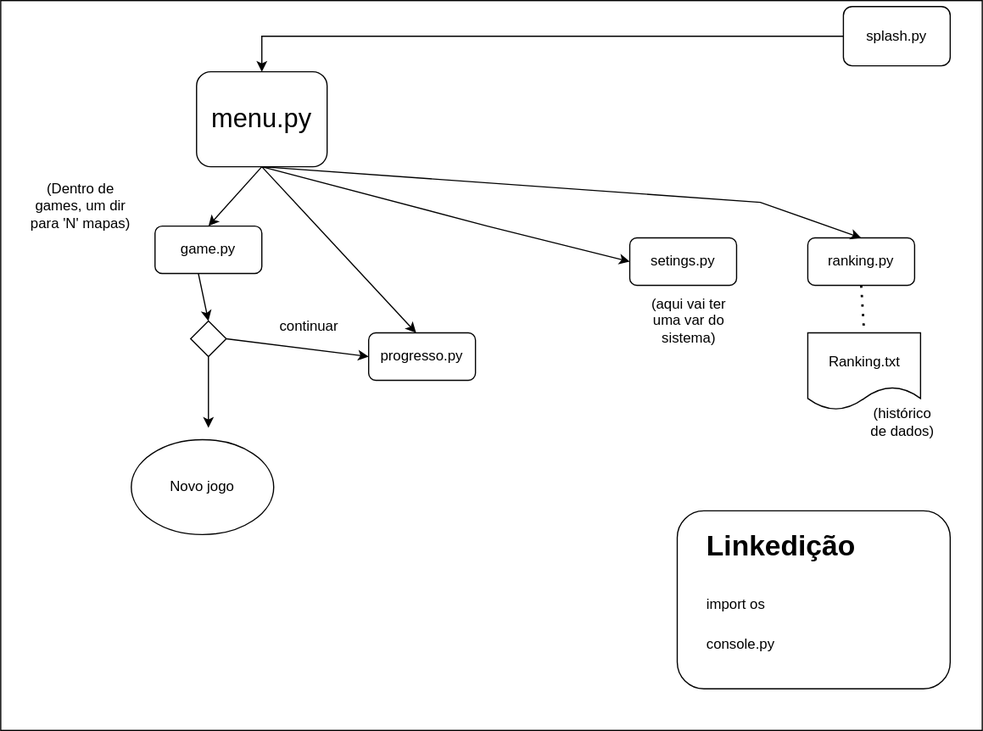
This is planjamento.drawio.svg from JJ-s-Rouguelike/Campanha, a draw.io export, as it was before one commit. Source tidied: cells renumbered, new cells last; positions are measured from the earlier drawing's top-left corner, leaving out a move shared by most shapes.
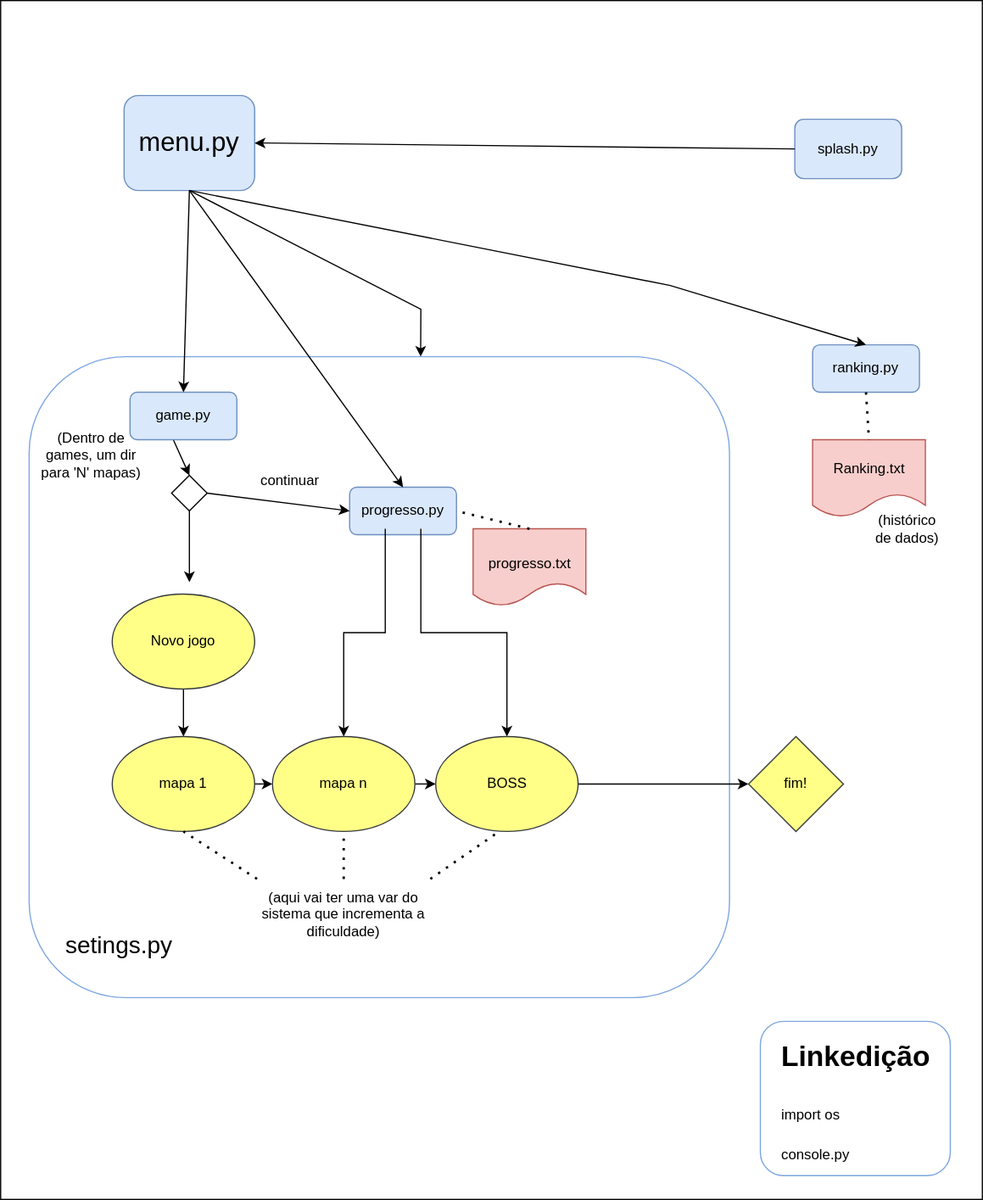
After the change.

Diff of the diagram source:
```diff
@@ -2,121 +2,169 @@
   <root>
     <mxCell id="0" />
     <mxCell id="1" parent="0" />
-    <mxCell id="2" style="rounded=0;whiteSpace=wrap;html=1;" parent="1" vertex="1">
-      <mxGeometry width="827" height="615" as="geometry" />
-    </mxCell>
+    <mxCell id="35" style="rounded=0;whiteSpace=wrap;html=1;" parent="1" vertex="1">
+      <mxGeometry width="827" height="1010" as="geometry" />
+    </mxCell>
-    <mxCell id="3" style="rounded=1;whiteSpace=wrap;html=1;" parent="1" vertex="1">
-      <mxGeometry x="165" y="60" width="110" height="80" as="geometry" />
+    <mxCell id="3" style="rounded=1;whiteSpace=wrap;html=1;fillColor=#dae8fc;strokeColor=#6c8ebf;" parent="1" vertex="1">
+      <mxGeometry x="104" y="80" width="110" height="80" as="geometry" />
     </mxCell>
     <mxCell id="4" value="&lt;font style=&quot;font-size: 22px;&quot;&gt;menu.py&lt;/font&gt;" style="text;html=1;strokeColor=none;fillColor=none;align=center;verticalAlign=middle;whiteSpace=wrap;rounded=0;" parent="1" vertex="1">
-      <mxGeometry x="190" y="85" width="60" height="30" as="geometry" />
+      <mxGeometry x="129" y="105" width="60" height="30" as="geometry" />
     </mxCell>
-    <mxCell id="5" style="rounded=1;whiteSpace=wrap;html=1;" parent="1" vertex="1">
-      <mxGeometry x="710" y="5" width="90" height="50" as="geometry" />
+    <mxCell id="5" style="rounded=1;whiteSpace=wrap;html=1;fillColor=#dae8fc;strokeColor=#6c8ebf;" parent="1" vertex="1">
+      <mxGeometry x="669" y="100" width="90" height="50" as="geometry" />
     </mxCell>
     <mxCell id="6" value="splash.py" style="text;html=1;strokeColor=none;fillColor=none;align=center;verticalAlign=middle;whiteSpace=wrap;rounded=0;" parent="1" vertex="1">
-      <mxGeometry x="725" y="15" width="60" height="30" as="geometry" />
+      <mxGeometry x="684" y="110" width="60" height="30" as="geometry" />
     </mxCell>
-    <mxCell id="7" style="rounded=1;whiteSpace=wrap;html=1;" parent="1" vertex="1">
-      <mxGeometry x="130" y="190" width="90" height="40" as="geometry" />
-    </mxCell>
-    <mxCell id="8" value="game.py" style="text;html=1;strokeColor=none;fillColor=none;align=center;verticalAlign=middle;whiteSpace=wrap;rounded=0;" parent="1" vertex="1">
-      <mxGeometry x="145" y="195" width="60" height="30" as="geometry" />
-    </mxCell>
-    <mxCell id="9" style="rounded=1;whiteSpace=wrap;html=1;" parent="1" vertex="1">
-      <mxGeometry x="680" y="200" width="90" height="40" as="geometry" />
+    <mxCell id="9" style="rounded=1;whiteSpace=wrap;html=1;fillColor=#dae8fc;strokeColor=#6c8ebf;" parent="1" vertex="1">
+      <mxGeometry x="684" y="290" width="90" height="40" as="geometry" />
     </mxCell>
-    <mxCell id="10" style="endArrow=classic;html=1;rounded=0;exitX=0.5;exitY=1;exitDx=0;exitDy=0;entryX=0.5;entryY=0;entryDx=0;entryDy=0;" parent="1" edge="1" source="3" target="7">
-      <mxGeometry relative="1" as="geometry" />
-    </mxCell>
     <mxCell id="11" style="endArrow=classic;html=1;rounded=0;exitX=0.5;exitY=1;exitDx=0;exitDy=0;entryX=0.5;entryY=0;entryDx=0;entryDy=0;" parent="1" edge="1" source="3" target="9">
       <mxGeometry relative="1" as="geometry">
         <Array as="points">
-          <mxPoint x="640" y="170" />
+          <mxPoint x="564" y="240" />
         </Array>
       </mxGeometry>
     </mxCell>
     <mxCell id="12" value="ranking.py" style="text;html=1;strokeColor=none;fillColor=none;align=center;verticalAlign=middle;whiteSpace=wrap;rounded=0;" parent="1" vertex="1">
-      <mxGeometry x="695" y="205" width="60" height="30" as="geometry" />
+      <mxGeometry x="699" y="295" width="60" height="30" as="geometry" />
     </mxCell>
-    <mxCell id="13" style="rounded=1;whiteSpace=wrap;html=1;" parent="1" vertex="1">
-      <mxGeometry x="530" y="200" width="90" height="40" as="geometry" />
+    <mxCell id="13" style="rounded=1;whiteSpace=wrap;html=1;strokeColor=#7EA6E0;" parent="1" vertex="1">
+      <mxGeometry x="24" y="300" width="590" height="540" as="geometry" />
     </mxCell>
-    <mxCell id="14" value="setings.py" style="text;html=1;strokeColor=none;fillColor=none;align=center;verticalAlign=middle;whiteSpace=wrap;rounded=0;" parent="1" vertex="1">
-      <mxGeometry x="545" y="205" width="60" height="30" as="geometry" />
+    <mxCell id="14" value="setings.py" style="text;html=1;strokeColor=none;fillColor=none;align=center;verticalAlign=middle;whiteSpace=wrap;rounded=0;fontSize=20;" parent="1" vertex="1">
+      <mxGeometry x="70" y="780" width="60" height="30" as="geometry" />
     </mxCell>
-    <mxCell id="15" style="endArrow=classic;html=1;rounded=0;exitX=0.5;exitY=1;exitDx=0;exitDy=0;entryX=0;entryY=0.5;entryDx=0;entryDy=0;" parent="1" edge="1" source="3" target="13">
+    <mxCell id="15" style="endArrow=classic;html=1;rounded=0;exitX=0.5;exitY=1;exitDx=0;exitDy=0;entryX=0.559;entryY=0;entryDx=0;entryDy=0;entryPerimeter=0;" parent="1" edge="1" source="3" target="13">
       <mxGeometry relative="1" as="geometry">
         <Array as="points">
-          <mxPoint x="410" y="190" />
+          <mxPoint x="354" y="260" />
         </Array>
       </mxGeometry>
     </mxCell>
-    <mxCell id="16" value="(aqui vai ter uma var do sistema)" style="text;html=1;strokeColor=none;fillColor=none;align=center;verticalAlign=middle;whiteSpace=wrap;rounded=0;" parent="1" vertex="1">
-      <mxGeometry x="535" y="240" width="90" height="60" as="geometry" />
+    <mxCell id="16" value="(aqui vai ter uma var do sistema que incrementa a dificuldade)" style="text;html=1;strokeColor=none;fillColor=none;align=center;verticalAlign=middle;whiteSpace=wrap;rounded=0;" parent="1" vertex="1">
+      <mxGeometry x="216" y="740" width="146" height="60" as="geometry" />
     </mxCell>
     <mxCell id="17" value="(Dentro de games, um dir para 'N' mapas)" style="text;html=1;strokeColor=none;fillColor=none;align=center;verticalAlign=middle;whiteSpace=wrap;rounded=0;" parent="1" vertex="1">
-      <mxGeometry x="20" y="150" width="95" height="45" as="geometry" />
+      <mxGeometry x="29" y="360" width="95" height="45" as="geometry" />
     </mxCell>
-    <mxCell id="18" style="rounded=1;whiteSpace=wrap;html=1;" parent="1" vertex="1">
-      <mxGeometry x="310" y="280" width="90" height="40" as="geometry" />
+    <mxCell id="18" style="rounded=1;whiteSpace=wrap;html=1;fillColor=#dae8fc;strokeColor=#6c8ebf;" parent="1" vertex="1">
+      <mxGeometry x="294" y="410" width="90" height="40" as="geometry" />
     </mxCell>
+    <mxCell id="36" style="edgeStyle=orthogonalEdgeStyle;rounded=0;jettySize=auto;html=1;exitX=0.25;exitY=1;exitDx=0;exitDy=0;entryX=0.5;entryY=0;entryDx=0;entryDy=0;" parent="1" edge="1" source="19" target="45">
+      <mxGeometry relative="1" as="geometry" />
+    </mxCell>
+    <mxCell id="37" style="edgeStyle=orthogonalEdgeStyle;rounded=0;jettySize=auto;html=1;exitX=0.75;exitY=1;exitDx=0;exitDy=0;" parent="1" edge="1" source="19" target="47">
+      <mxGeometry relative="1" as="geometry" />
+    </mxCell>
     <mxCell id="19" value="progresso.py" style="text;html=1;strokeColor=none;fillColor=none;align=center;verticalAlign=middle;whiteSpace=wrap;rounded=0;" parent="1" vertex="1">
-      <mxGeometry x="325" y="285" width="60" height="30" as="geometry" />
+      <mxGeometry x="309" y="415" width="60" height="30" as="geometry" />
     </mxCell>
-    <mxCell id="20" style="endArrow=classic;html=1;rounded=0;" parent="1" edge="1">
-      <mxGeometry relative="1" as="geometry">
-        <mxPoint x="220" y="140" as="sourcePoint" />
-        <mxPoint x="350" y="280" as="targetPoint" />
-      </mxGeometry>
+    <mxCell id="20" style="endArrow=classic;html=1;rounded=0;entryX=0.5;entryY=0;entryDx=0;entryDy=0;exitX=0.5;exitY=1;exitDx=0;exitDy=0;" parent="1" edge="1" source="3" target="18">
+      <mxGeometry relative="1" as="geometry" />
     </mxCell>
     <mxCell id="21" style="rhombus;whiteSpace=wrap;html=1;" parent="1" vertex="1">
-      <mxGeometry x="160" y="270" width="30" height="30" as="geometry" />
+      <mxGeometry x="144" y="400" width="30" height="30" as="geometry" />
     </mxCell>
     <mxCell id="22" style="endArrow=classic;html=1;rounded=0;exitX=1;exitY=0.5;exitDx=0;exitDy=0;entryX=0;entryY=0.5;entryDx=0;entryDy=0;" parent="1" edge="1" source="21" target="18">
       <mxGeometry relative="1" as="geometry" />
     </mxCell>
     <mxCell id="23" value="continuar" style="text;html=1;strokeColor=none;fillColor=none;align=center;verticalAlign=middle;whiteSpace=wrap;rounded=0;" parent="1" vertex="1">
-      <mxGeometry x="230" y="260" width="60" height="30" as="geometry" />
+      <mxGeometry x="214" y="390" width="60" height="30" as="geometry" />
     </mxCell>
     <mxCell id="24" style="endArrow=classic;html=1;rounded=0;exitX=0.406;exitY=1.002;exitDx=0;exitDy=0;exitPerimeter=0;entryX=0.5;entryY=0;entryDx=0;entryDy=0;" parent="1" edge="1" source="7" target="21">
       <mxGeometry relative="1" as="geometry" />
     </mxCell>
     <mxCell id="25" style="endArrow=classic;html=1;rounded=0;exitX=0.5;exitY=1;exitDx=0;exitDy=0;" parent="1" edge="1" source="21">
       <mxGeometry relative="1" as="geometry">
-        <mxPoint x="175" y="360" as="targetPoint" />
+        <mxPoint x="159" y="490" as="targetPoint" />
       </mxGeometry>
     </mxCell>
-    <mxCell id="26" style="rounded=1;whiteSpace=wrap;html=1;" parent="1" vertex="1">
-      <mxGeometry x="570" y="430" width="230" height="150" as="geometry" />
+    <mxCell id="26" style="rounded=1;whiteSpace=wrap;html=1;strokeColor=#7EA6E0;" parent="1" vertex="1">
+      <mxGeometry x="640" y="860" width="160" height="130" as="geometry" />
     </mxCell>
     <mxCell id="27" value="&lt;h1&gt;&lt;span style=&quot;background-color: initial;&quot;&gt;Linkedição&lt;/span&gt;&lt;/h1&gt;&lt;h1&gt;&lt;span style=&quot;font-size: 12px; font-weight: 400;&quot;&gt;import os&lt;/span&gt;&lt;/h1&gt;&lt;div&gt;&lt;span style=&quot;font-size: 12px; font-weight: 400;&quot;&gt;console.py&lt;/span&gt;&lt;/div&gt;" style="text;html=1;strokeColor=none;fillColor=none;spacing=5;spacingTop=-20;whiteSpace=wrap;overflow=hidden;rounded=0;" parent="1" vertex="1">
-      <mxGeometry x="590" y="440" width="190" height="120" as="geometry" />
+      <mxGeometry x="652.5" y="870" width="135" height="110" as="geometry" />
     </mxCell>
-    <mxCell id="28" style="endArrow=classic;html=1;rounded=0;exitX=0;exitY=0.5;exitDx=0;exitDy=0;entryX=0.5;entryY=0;entryDx=0;entryDy=0;" parent="1" edge="1" source="5" target="3">
+    <mxCell id="28" style="endArrow=classic;html=1;rounded=0;exitX=0;exitY=0.5;exitDx=0;exitDy=0;entryX=1;entryY=0.5;entryDx=0;entryDy=0;" parent="1" edge="1" target="3">
       <mxGeometry relative="1" as="geometry">
+        <mxPoint x="669" y="125" as="sourcePoint" />
         <Array as="points">
-          <mxPoint x="220" y="30" />
+          <mxPoint x="224" y="120" />
         </Array>
       </mxGeometry>
     </mxCell>
-    <mxCell id="29" style="shape=document;whiteSpace=wrap;html=1;boundedLbl=1;" parent="1" vertex="1">
-      <mxGeometry x="680" y="280" width="95" height="65" as="geometry" />
+    <mxCell id="29" style="shape=document;whiteSpace=wrap;html=1;boundedLbl=1;fillColor=#f8cecc;strokeColor=#b85450;" parent="1" vertex="1">
+      <mxGeometry x="684" y="370" width="95" height="65" as="geometry" />
     </mxCell>
     <mxCell id="30" value="Ranking.txt" style="text;html=1;strokeColor=none;fillColor=none;align=center;verticalAlign=middle;whiteSpace=wrap;rounded=0;" parent="1" vertex="1">
-      <mxGeometry x="697.5" y="290" width="60" height="30" as="geometry" />
+      <mxGeometry x="701.5" y="380" width="60" height="30" as="geometry" />
     </mxCell>
     <mxCell id="31" value="(histórico de dados)" style="text;html=1;strokeColor=none;fillColor=none;align=center;verticalAlign=middle;whiteSpace=wrap;rounded=0;" parent="1" vertex="1">
-      <mxGeometry x="730" y="340" width="60" height="30" as="geometry" />
+      <mxGeometry x="734" y="430" width="60" height="30" as="geometry" />
     </mxCell>
     <mxCell id="32" style="endArrow=none;dashed=1;html=1;dashPattern=1 3;strokeWidth=2;rounded=0;entryX=0.5;entryY=0;entryDx=0;entryDy=0;exitX=0.5;exitY=1;exitDx=0;exitDy=0;" parent="1" edge="1" source="9" target="29">
       <mxGeometry relative="1" as="geometry" />
     </mxCell>
+    <mxCell id="38" style="edgeStyle=orthogonalEdgeStyle;rounded=0;jettySize=auto;html=1;exitX=0.5;exitY=1;exitDx=0;exitDy=0;entryX=0.5;entryY=0;entryDx=0;entryDy=0;" parent="1" edge="1" source="33" target="43">
+      <mxGeometry relative="1" as="geometry" />
+    </mxCell>
-    <mxCell id="33" style="ellipse;whiteSpace=wrap;html=1;" parent="1" vertex="1">
-      <mxGeometry x="110" y="370" width="120" height="80" as="geometry" />
+    <mxCell id="33" style="ellipse;whiteSpace=wrap;html=1;fillColor=#ffff88;strokeColor=#36393d;" parent="1" vertex="1">
+      <mxGeometry x="94" y="500" width="120" height="80" as="geometry" />
     </mxCell>
     <mxCell id="34" value="Novo jogo" style="text;html=1;strokeColor=none;fillColor=none;align=center;verticalAlign=middle;whiteSpace=wrap;rounded=0;" parent="1" vertex="1">
-      <mxGeometry x="140" y="395" width="60" height="30" as="geometry" />
+      <mxGeometry x="124" y="525" width="60" height="30" as="geometry" />
     </mxCell>
+    <mxCell id="39" style="shape=document;whiteSpace=wrap;html=1;boundedLbl=1;fillColor=#f8cecc;strokeColor=#b85450;" parent="1" vertex="1">
+      <mxGeometry x="398" y="445" width="95" height="65" as="geometry" />
+    </mxCell>
+    <mxCell id="40" style="endArrow=none;dashed=1;html=1;dashPattern=1 3;strokeWidth=2;rounded=0;exitX=0.5;exitY=0;exitDx=0;exitDy=0;entryX=1;entryY=0.5;entryDx=0;entryDy=0;" parent="1" edge="1" source="39" target="18">
+      <mxGeometry relative="1" as="geometry" />
+    </mxCell>
+    <mxCell id="41" value="progresso.txt" style="text;html=1;strokeColor=none;fillColor=none;align=center;verticalAlign=middle;whiteSpace=wrap;rounded=0;" parent="1" vertex="1">
+      <mxGeometry x="415.5" y="460" width="60" height="30" as="geometry" />
+    </mxCell>
+    <mxCell id="42" style="edgeStyle=orthogonalEdgeStyle;rounded=0;jettySize=auto;html=1;exitX=1;exitY=0.5;exitDx=0;exitDy=0;entryX=0;entryY=0.5;entryDx=0;entryDy=0;" parent="1" edge="1" source="43" target="45">
+      <mxGeometry relative="1" as="geometry" />
+    </mxCell>
+    <mxCell id="43" value="mapa 1" style="ellipse;whiteSpace=wrap;html=1;fillColor=#ffff88;strokeColor=#36393d;" parent="1" vertex="1">
+      <mxGeometry x="94" y="620" width="120" height="80" as="geometry" />
+    </mxCell>
+    <mxCell id="44" style="edgeStyle=orthogonalEdgeStyle;rounded=0;jettySize=auto;html=1;exitX=1;exitY=0.5;exitDx=0;exitDy=0;entryX=0;entryY=0.5;entryDx=0;entryDy=0;" parent="1" edge="1" source="45" target="47">
+      <mxGeometry relative="1" as="geometry" />
+    </mxCell>
+    <mxCell id="45" value="mapa n" style="ellipse;whiteSpace=wrap;html=1;fillColor=#ffff88;strokeColor=#36393d;" parent="1" vertex="1">
+      <mxGeometry x="229" y="620" width="120" height="80" as="geometry" />
+    </mxCell>
+    <mxCell id="46" style="edgeStyle=orthogonalEdgeStyle;rounded=0;jettySize=auto;html=1;exitX=1;exitY=0.5;exitDx=0;exitDy=0;entryX=0;entryY=0.5;entryDx=0;entryDy=0;" parent="1" edge="1" source="47" target="48">
+      <mxGeometry relative="1" as="geometry" />
+    </mxCell>
+    <mxCell id="47" value="BOSS" style="ellipse;whiteSpace=wrap;html=1;fillColor=#ffff88;strokeColor=#36393d;" parent="1" vertex="1">
+      <mxGeometry x="366.5" y="620" width="120" height="80" as="geometry" />
+    </mxCell>
+    <mxCell id="7" style="rounded=1;whiteSpace=wrap;html=1;fillColor=#dae8fc;strokeColor=#6c8ebf;" parent="1" vertex="1">
+      <mxGeometry x="109" y="330" width="90" height="40" as="geometry" />
+    </mxCell>
+    <mxCell id="10" style="endArrow=classic;html=1;rounded=0;exitX=0.5;exitY=1;exitDx=0;exitDy=0;entryX=0.5;entryY=0;entryDx=0;entryDy=0;" parent="1" edge="1" source="3" target="7">
+      <mxGeometry relative="1" as="geometry" />
+    </mxCell>
+    <mxCell id="8" value="game.py" style="text;html=1;strokeColor=none;fillColor=none;align=center;verticalAlign=middle;whiteSpace=wrap;rounded=0;" parent="1" vertex="1">
+      <mxGeometry x="124" y="335" width="60" height="30" as="geometry" />
+    </mxCell>
+    <mxCell id="48" value="fim!" style="rhombus;whiteSpace=wrap;html=1;fillColor=#ffff88;strokeColor=#36393d;" parent="1" vertex="1">
+      <mxGeometry x="630" y="620" width="80" height="80" as="geometry" />
+    </mxCell>
+    <mxCell id="49" style="endArrow=none;dashed=1;html=1;dashPattern=1 3;strokeWidth=2;rounded=0;exitX=0.5;exitY=0;exitDx=0;exitDy=0;entryX=0.5;entryY=1;entryDx=0;entryDy=0;" parent="1" edge="1" source="16" target="45">
+      <mxGeometry relative="1" as="geometry" />
+    </mxCell>
+    <mxCell id="50" style="endArrow=none;dashed=1;html=1;dashPattern=1 3;strokeWidth=2;rounded=0;exitX=1;exitY=0;exitDx=0;exitDy=0;" parent="1" edge="1" source="16">
+      <mxGeometry relative="1" as="geometry">
+        <mxPoint x="420" y="700" as="targetPoint" />
+      </mxGeometry>
+    </mxCell>
+    <mxCell id="51" style="endArrow=none;dashed=1;html=1;dashPattern=1 3;strokeWidth=2;rounded=0;exitX=0;exitY=0;exitDx=0;exitDy=0;entryX=0.5;entryY=1;entryDx=0;entryDy=0;" parent="1" edge="1" source="16" target="43">
+      <mxGeometry relative="1" as="geometry" />
+    </mxCell>
   </root>
 </mxGraphModel>
```
